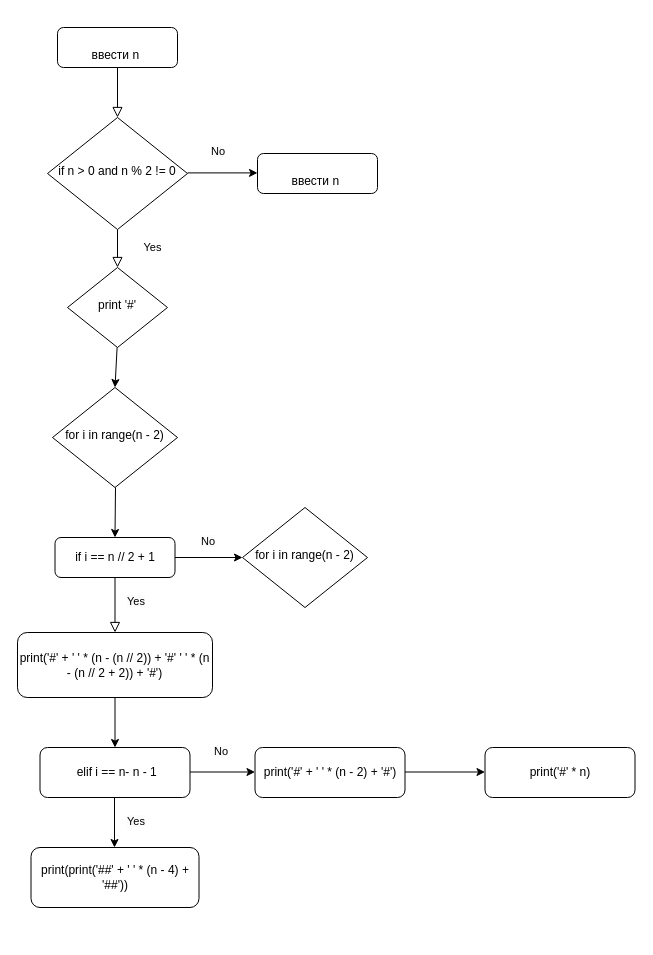
16savage/Kavtarev-Artem-Algoritm keeps this draw.io diagram as future code.drawio. Above is the earlier version. Source tidied: cells renumbered, new cells numbered last; positions are measured from the earlier drawing's top-left corner, leaving out a move shared by most shapes. Both pictures are drawn from the tidied source at 100%, with x=0, y=0 at pixel (17, 27).
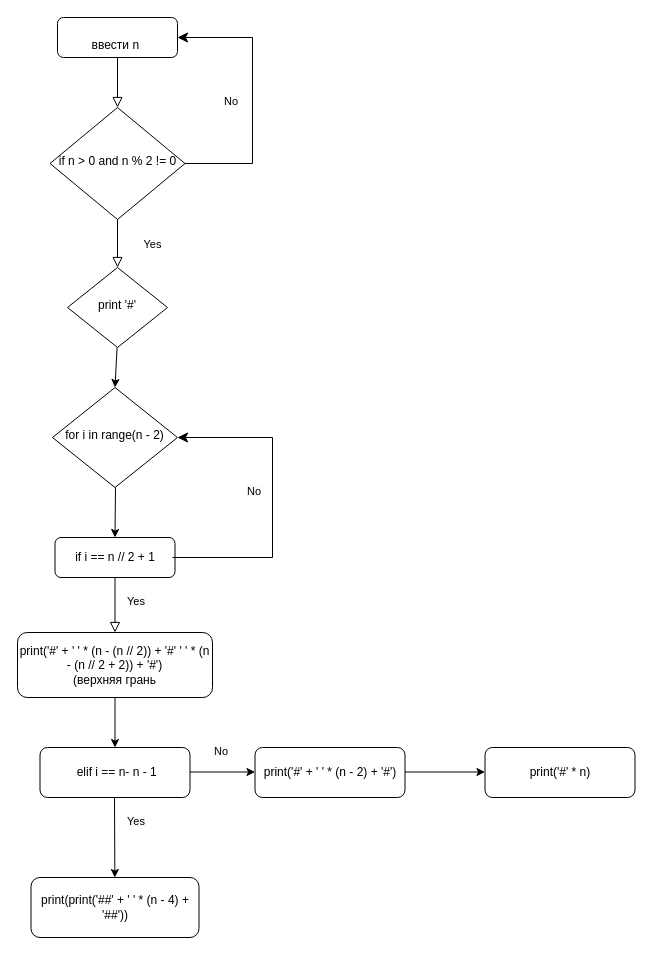
The same page after the edit.

Unchanged cells that the change refers to:
```xml
<mxCell id="24" value="for i in range(n - 2)" style="rhombus;whiteSpace=wrap;html=1;shadow=0;fontFamily=Helvetica;fontSize=12;align=center;strokeWidth=1;spacing=6;spacingTop=-4;" parent="1" vertex="1">
  <mxGeometry x="35" y="360" width="125" height="100" as="geometry" />
</mxCell>
```

Change to the diagram source:
```diff
@@
     <mxCell id="3" value="&lt;div&gt;&lt;br&gt;&lt;/div&gt;&lt;div&gt;ввести n&amp;nbsp;&lt;/div&gt;" style="rounded=1;whiteSpace=wrap;html=1;fontSize=12;glass=0;strokeWidth=1;shadow=0;" parent="1" vertex="1">
-      <mxGeometry x="40" width="120" height="40" as="geometry" />
+      <mxGeometry x="40" y="-10" width="120" height="40" as="geometry" />
     </mxCell>
@@
     <mxCell id="5" value="if n &amp;gt; 0 and n % 2 != 0" style="rhombus;whiteSpace=wrap;html=1;shadow=0;fontFamily=Helvetica;fontSize=12;align=center;strokeWidth=1;spacing=6;spacingTop=-4;" parent="1" vertex="1">
-      <mxGeometry x="30" y="90" width="140" height="112" as="geometry" />
+      <mxGeometry x="32.5" y="80" width="135" height="112" as="geometry" />
     </mxCell>
@@
-    <mxCell id="9" value="print('#' + ' ' * (n - (n // 2)) + '#'&amp;nbsp;' ' * (n - (n // 2 + 2)) + '#')" style="rounded=1;whiteSpace=wrap;html=1;fontSize=12;glass=0;strokeWidth=1;shadow=0;" parent="1" vertex="1">
+    <mxCell id="9" value="print('#' + ' ' * (n - (n // 2)) + '#'&amp;nbsp;' ' * (n - (n // 2 + 2)) + '#')&lt;div&gt;(верхняя грань&lt;/div&gt;" style="rounded=1;whiteSpace=wrap;html=1;fontSize=12;glass=0;strokeWidth=1;shadow=0;" parent="1" vertex="1">
       <mxGeometry y="605" width="195" height="65" as="geometry" />
     </mxCell>
-    <mxCell id="10" style="endArrow=classic;html=1;rounded=0;" parent="1" edge="1">
-      <mxGeometry relative="1" as="geometry">
-        <mxPoint x="170" y="145.4" as="sourcePoint" />
-        <mxPoint x="240" y="145.4" as="targetPoint" />
-      </mxGeometry>
-    </mxCell>
-    <mxCell id="11" value="&lt;div&gt;&lt;br&gt;&lt;/div&gt;&lt;div&gt;ввести n&amp;nbsp;&lt;/div&gt;" style="rounded=1;whiteSpace=wrap;html=1;fontSize=12;glass=0;strokeWidth=1;shadow=0;" parent="1" vertex="1">
-      <mxGeometry x="240" y="126" width="120" height="40" as="geometry" />
-    </mxCell>
@@
-    <mxCell id="14" style="endArrow=classic;html=1;rounded=0;" parent="1" edge="1">
+    <mxCell id="14" style="endArrow=classic;html=1;rounded=0;" parent="1" edge="1" target="15">
       <mxGeometry relative="1" as="geometry">
         <mxPoint x="97" y="770" as="sourcePoint" />
-        <mxPoint x="97" y="820" as="targetPoint" />
       </mxGeometry>
     </mxCell>
     <mxCell id="15" value="print(print('##' + ' ' * (n - 4) + '##'))" style="rounded=1;whiteSpace=wrap;html=1;" parent="1" vertex="1">
-      <mxGeometry x="13.5" y="820" width="168" height="60" as="geometry" />
+      <mxGeometry x="13.5" y="850" width="168" height="60" as="geometry" />
     </mxCell>
@@
-    <mxCell id="26" style="endArrow=classic;html=1;rounded=0;" parent="1" edge="1">
-      <mxGeometry relative="1" as="geometry">
-        <mxPoint x="157.5" y="530" as="sourcePoint" />
-        <mxPoint x="225" y="530" as="targetPoint" />
-      </mxGeometry>
-    </mxCell>
-    <mxCell id="27" value="for i in range(n - 2)" style="rhombus;whiteSpace=wrap;html=1;shadow=0;fontFamily=Helvetica;fontSize=12;align=center;strokeWidth=1;spacing=6;spacingTop=-4;" parent="1" vertex="1">
-      <mxGeometry x="225" y="480" width="125" height="100" as="geometry" />
-    </mxCell>
     <mxCell id="28" value="&lt;span style=&quot;color: rgb(0, 0, 0); font-family: Helvetica; font-size: 11px; font-style: normal; font-variant-ligatures: normal; font-variant-caps: normal; font-weight: 400; letter-spacing: normal; orphans: 2; text-align: center; text-indent: 0px; text-transform: none; widows: 2; word-spacing: 0px; -webkit-text-stroke-width: 0px; white-space: nowrap; background-color: rgb(251, 251, 251); text-decoration-thickness: initial; text-decoration-style: initial; text-decoration-color: initial; display: inline !important; float: none;&quot;&gt;No&lt;/span&gt;" style="text;whiteSpace=wrap;html=1;" parent="1" vertex="1">
-      <mxGeometry x="181.5" y="500" width="10" height="30" as="geometry" />
+      <mxGeometry x="227.5" y="450" width="10" height="30" as="geometry" />
     </mxCell>
     <mxCell id="29" value="&lt;span style=&quot;color: rgb(0, 0, 0); font-family: Helvetica; font-size: 11px; font-style: normal; font-variant-ligatures: normal; font-variant-caps: normal; font-weight: 400; letter-spacing: normal; orphans: 2; text-align: center; text-indent: 0px; text-transform: none; widows: 2; word-spacing: 0px; -webkit-text-stroke-width: 0px; white-space: nowrap; background-color: rgb(251, 251, 251); text-decoration-thickness: initial; text-decoration-style: initial; text-decoration-color: initial; display: inline !important; float: none;&quot;&gt;No&lt;/span&gt;" style="text;whiteSpace=wrap;html=1;" parent="1" vertex="1">
-      <mxGeometry x="191.5" y="110" width="10" height="30" as="geometry" />
+      <mxGeometry x="205" y="60" width="10" height="30" as="geometry" />
     </mxCell>
+    <mxCell id="30" style="edgeStyle=elbowEdgeStyle;elbow=horizontal;endArrow=classic;html=1;curved=0;rounded=0;endSize=8;startSize=8;exitX=1;exitY=0.5;exitDx=0;exitDy=0;entryX=1;entryY=0.5;entryDx=0;entryDy=0;" parent="1" edge="1" source="5" target="3">
+      <mxGeometry relative="1" as="geometry">
+        <Array as="points">
+          <mxPoint x="235" y="70" />
+        </Array>
+      </mxGeometry>
+    </mxCell>
+    <mxCell id="31" style="edgeStyle=elbowEdgeStyle;elbow=horizontal;endArrow=classic;html=1;curved=0;rounded=0;endSize=8;startSize=8;entryX=1;entryY=0.5;entryDx=0;entryDy=0;" parent="1" edge="1" target="24">
+      <mxGeometry relative="1" as="geometry">
+        <mxPoint x="155" y="530" as="sourcePoint" />
+        <Array as="points">
+          <mxPoint x="255" y="500" />
+        </Array>
+      </mxGeometry>
+    </mxCell>
```
